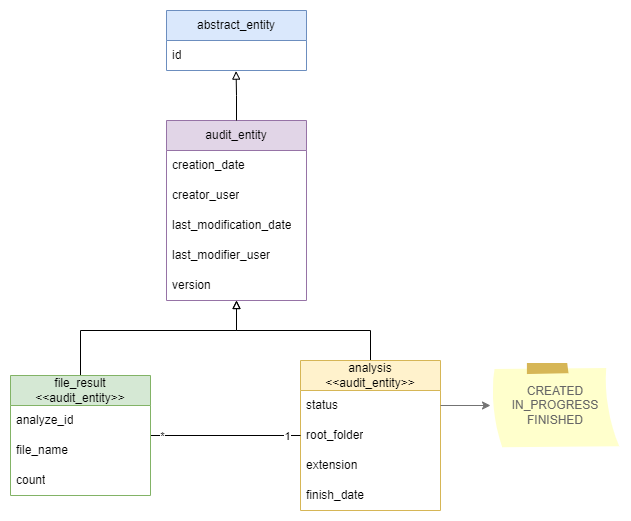
The draw.io diagram docs/img/entity-diagram.drawio.png in DanisovszkyMark/foldsight, before a commit. Source tidied: cells renumbered, new cells last; positions are measured from the earlier drawing's top-left corner, leaving out a move shared by most shapes.
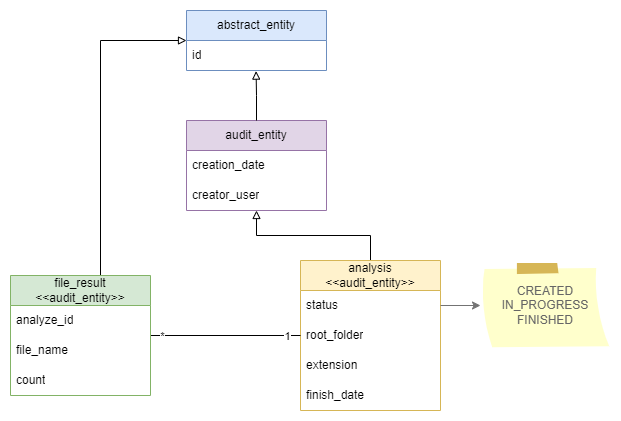
After the commit.

Change to the diagram source:
```diff
@@ -6,7 +6,7 @@
       <mxGeometry relative="1" as="geometry" />
     </mxCell>
     <mxCell id="3" value="&lt;div&gt;analysis&lt;/div&gt;&lt;div&gt;&amp;lt;&amp;lt;audit_entity&amp;gt;&amp;gt;&lt;/div&gt;" style="swimlane;fontStyle=0;horizontal=1;startSize=30;whiteSpace=wrap;html=1;fillColor=#fff2cc;strokeColor=#d6b656;" parent="1" vertex="1">
-      <mxGeometry x="290" y="350" width="140" height="150" as="geometry" />
+      <mxGeometry x="270" y="250" width="140" height="150" as="geometry" />
     </mxCell>
     <mxCell id="4" value="status" style="text;strokeColor=none;fillColor=none;align=left;verticalAlign=middle;spacingLeft=4;spacingRight=4;overflow=hidden;points=[[0,0.5],[1,0.5]];portConstraint=eastwest;whiteSpace=wrap;html=1;" parent="3" vertex="1">
       <mxGeometry y="30" width="140" height="30" as="geometry" />
@@ -29,16 +29,15 @@
     <mxCell id="10" value="*" style="edgeLabel;html=1;align=center;verticalAlign=middle;" parent="8" vertex="1">
       <mxGeometry x="-0.86" relative="1" as="geometry" />
     </mxCell>
-    <mxCell id="11" style="edgeStyle=orthogonalEdgeStyle;rounded=0;jettySize=auto;html=1;endArrow=block;endFill=0;" parent="1" edge="1" source="12" target="18">
+    <mxCell id="11" style="edgeStyle=orthogonalEdgeStyle;rounded=0;jettySize=auto;html=1;endArrow=block;endFill=0;" parent="1" edge="1" source="12" target="16">
       <mxGeometry relative="1" as="geometry">
         <Array as="points">
-          <mxPoint x="70" y="320" />
-          <mxPoint x="226" y="320" />
+          <mxPoint x="70" y="30" />
         </Array>
       </mxGeometry>
     </mxCell>
     <mxCell id="12" value="file_result&lt;div&gt;&amp;lt;&amp;lt;audit_entity&amp;gt;&amp;gt;&lt;/div&gt;" style="swimlane;fontStyle=0;horizontal=1;startSize=30;whiteSpace=wrap;html=1;fillColor=#d5e8d4;strokeColor=#82b366;" parent="1" vertex="1">
-      <mxGeometry y="365" width="140" height="120" as="geometry" />
+      <mxGeometry x="-20" y="265" width="140" height="120" as="geometry" />
     </mxCell>
     <mxCell id="13" value="analyze_id" style="text;strokeColor=none;fillColor=none;align=left;verticalAlign=middle;spacingLeft=4;spacingRight=4;overflow=hidden;whiteSpace=wrap;html=1;" parent="12" vertex="1">
       <mxGeometry y="30" width="140" height="30" as="geometry" />
@@ -56,7 +55,7 @@
       <mxGeometry y="30" width="140" height="30" as="geometry" />
     </mxCell>
     <mxCell id="18" value="audit_entity" style="swimlane;fontStyle=0;horizontal=1;startSize=30;whiteSpace=wrap;html=1;fillColor=#e1d5e7;strokeColor=#9673a6;" parent="1" vertex="1">
-      <mxGeometry x="156" y="110" width="140" height="180" as="geometry" />
+      <mxGeometry x="156" y="110" width="140" height="90" as="geometry" />
     </mxCell>
     <mxCell id="19" value="creation_date" style="text;strokeColor=none;fillColor=none;align=left;verticalAlign=middle;spacingLeft=4;spacingRight=4;overflow=hidden;whiteSpace=wrap;html=1;" parent="18" vertex="1">
       <mxGeometry y="30" width="140" height="30" as="geometry" />
@@ -64,20 +63,11 @@
     <mxCell id="20" value="creator_user" style="text;strokeColor=none;fillColor=none;align=left;verticalAlign=middle;spacingLeft=4;spacingRight=4;overflow=hidden;whiteSpace=wrap;html=1;" parent="18" vertex="1">
       <mxGeometry y="60" width="140" height="30" as="geometry" />
     </mxCell>
-    <mxCell id="21" value="last_modification_date" style="text;strokeColor=none;fillColor=none;align=left;verticalAlign=middle;spacingLeft=4;spacingRight=4;overflow=hidden;whiteSpace=wrap;html=1;" parent="18" vertex="1">
-      <mxGeometry y="90" width="140" height="30" as="geometry" />
-    </mxCell>
-    <mxCell id="22" value="last_modifier_user" style="text;strokeColor=none;fillColor=none;align=left;verticalAlign=middle;spacingLeft=4;spacingRight=4;overflow=hidden;whiteSpace=wrap;html=1;" parent="18" vertex="1">
-      <mxGeometry y="120" width="140" height="30" as="geometry" />
-    </mxCell>
-    <mxCell id="23" value="version" style="text;strokeColor=none;fillColor=none;align=left;verticalAlign=middle;spacingLeft=4;spacingRight=4;overflow=hidden;whiteSpace=wrap;html=1;" parent="18" vertex="1">
-      <mxGeometry y="150" width="140" height="30" as="geometry" />
-    </mxCell>
     <mxCell id="24" style="edgeStyle=orthogonalEdgeStyle;rounded=0;jettySize=auto;html=1;entryX=0.497;entryY=1.02;entryDx=0;entryDy=0;entryPerimeter=0;endArrow=block;endFill=0;" parent="1" edge="1" source="18" target="17">
       <mxGeometry relative="1" as="geometry" />
     </mxCell>
     <mxCell id="25" value="CREATED&lt;div style=&quot;font-size: 12px;&quot;&gt;IN_PROGRESS&lt;/div&gt;&lt;div style=&quot;font-size: 12px;&quot;&gt;FINISHED&lt;/div&gt;" style="strokeWidth=1;shadow=0;dashed=0;align=center;html=1;shape=mxgraph.mockup.text.stickyNote2;fontColor=#666666;mainText=;fontSize=12;whiteSpace=wrap;fillColor=#ffffcc;strokeColor=#D6B656;" parent="1" vertex="1">
-      <mxGeometry x="480" y="352.5" width="130" height="85" as="geometry" />
+      <mxGeometry x="450" y="252.5" width="130" height="85" as="geometry" />
     </mxCell>
     <mxCell id="26" style="edgeStyle=orthogonalEdgeStyle;rounded=0;jettySize=auto;html=1;fontColor=default;strokeColor=#737373;" parent="1" edge="1" source="4" target="25">
       <mxGeometry relative="1" as="geometry" />
```
